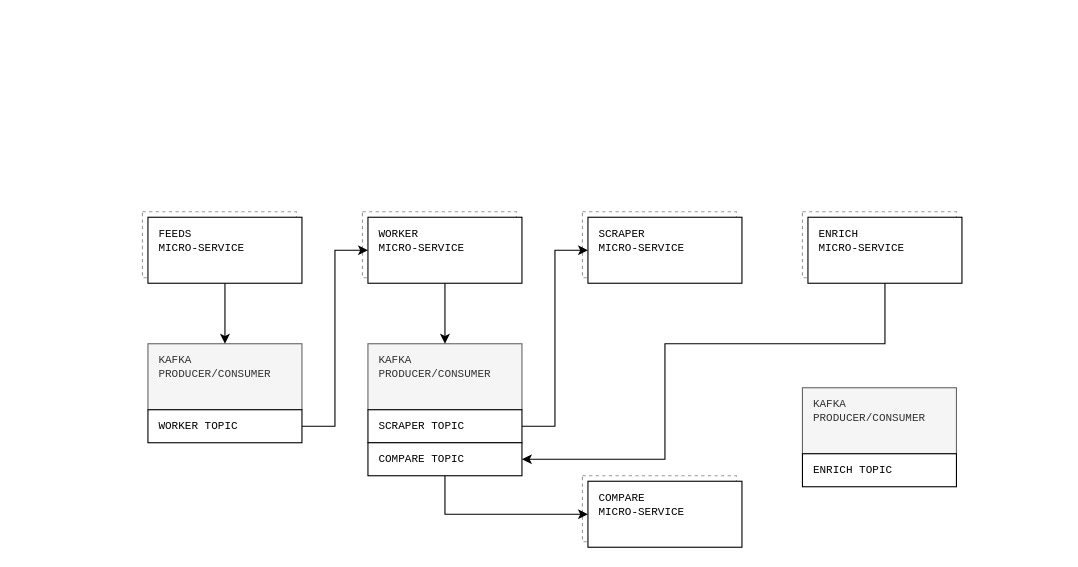
This is assets/Kafka Topics.drawio from cvcio/mediawatch, a draw.io file, before an edit. Source tidied: cells renumbered, new cells numbered last; positions are measured from the earlier drawing's top-left corner, leaving out a move shared by most shapes. Both pictures are drawn from the tidied source at 110%, with x=0, y=0 at pixel (142, 211).
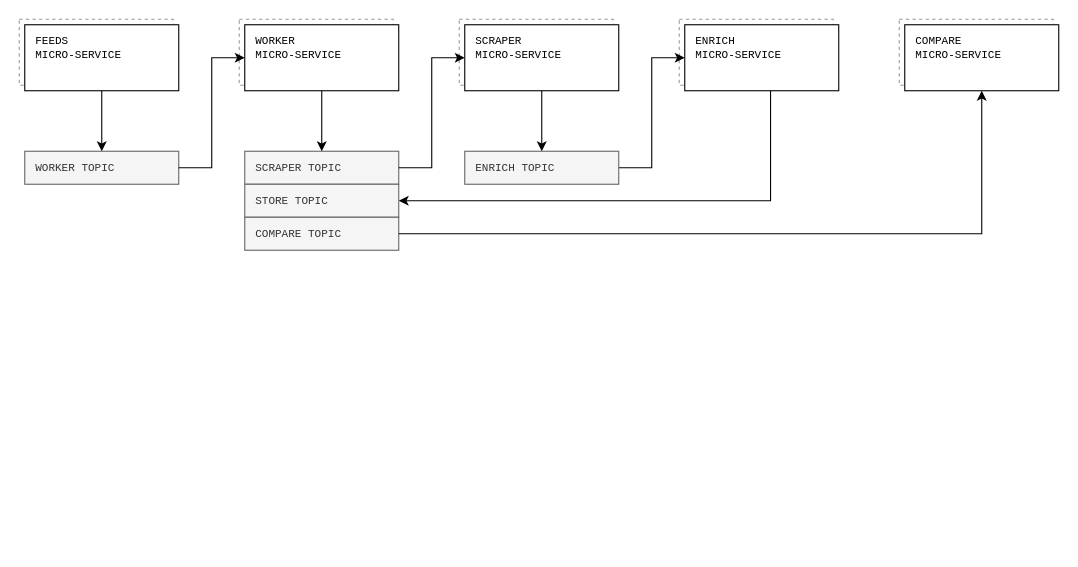
The same diagram, later.

Commit message (it also covers changes not shown here):
update kafka topics topo draw

Unchanged cells that the change refers to:
```xml
<mxCell id="4" value="&lt;font face=&quot;Courier New&quot; style=&quot;font-size: 10px;&quot;&gt;FEEDS&lt;br style=&quot;font-size: 10px;&quot;&gt;MICRO-SERVICE&lt;br style=&quot;font-size: 10px;&quot;&gt;&lt;/font&gt;" style="rounded=0;whiteSpace=wrap;html=1;labelPosition=center;verticalLabelPosition=middle;align=left;verticalAlign=top;horizontal=1;spacing=2;spacingTop=2;spacingLeft=8;fontSize=10;" parent="2" vertex="1">
  <mxGeometry x="5" y="5" width="140" height="60" as="geometry" />
</mxCell>
<mxCell id="9" value="&lt;font face=&quot;Courier New&quot; style=&quot;font-size: 10px;&quot;&gt;SCRAPER&lt;br style=&quot;font-size: 10px;&quot;&gt;MICRO-SERVICE&lt;br style=&quot;font-size: 10px;&quot;&gt;&lt;/font&gt;" style="rounded=0;whiteSpace=wrap;html=1;labelPosition=center;verticalLabelPosition=middle;align=left;verticalAlign=top;horizontal=1;spacing=2;spacingTop=2;spacingLeft=8;fontSize=10;" parent="7" vertex="1">
  <mxGeometry x="5" y="5" width="140" height="60" as="geometry" />
</mxCell>
<mxCell id="12" value="&lt;font face=&quot;Courier New&quot; style=&quot;font-size: 10px;&quot;&gt;ENRICH&lt;br style=&quot;font-size: 10px;&quot;&gt;MICRO-SERVICE&lt;br style=&quot;font-size: 10px;&quot;&gt;&lt;/font&gt;" style="rounded=0;whiteSpace=wrap;html=1;labelPosition=center;verticalLabelPosition=middle;align=left;verticalAlign=top;horizontal=1;spacing=2;spacingTop=2;spacingLeft=8;fontSize=10;" parent="10" vertex="1">
  <mxGeometry x="5" y="5" width="140" height="60" as="geometry" />
</mxCell>
<mxCell id="24" value="&lt;font face=&quot;Courier New&quot; style=&quot;font-size: 10px;&quot;&gt;WORKER&lt;br style=&quot;font-size: 10px;&quot;&gt;MICRO-SERVICE&lt;br style=&quot;font-size: 10px;&quot;&gt;&lt;/font&gt;" style="rounded=0;whiteSpace=wrap;html=1;labelPosition=center;verticalLabelPosition=middle;align=left;verticalAlign=top;horizontal=1;spacing=2;spacingTop=2;spacingLeft=8;fontSize=10;" parent="22" vertex="1">
  <mxGeometry x="5" y="5" width="140" height="60" as="geometry" />
</mxCell>
```

Change to the diagram source:
```diff
@@
+    <mxCell id="30" style="group;" parent="1" vertex="1">
+      <mxGeometry x="-112" y="-175" width="945" height="210" as="geometry" />
+    </mxCell>
-    <mxCell id="2" style="group;" parent="1" vertex="1">
+    <mxCell id="2" style="group;" parent="30" vertex="1">
       <mxGeometry width="145" height="65" as="geometry" />
     </mxCell>
@@
-    <mxCell id="5" value="&lt;font face=&quot;Courier New&quot; style=&quot;font-size: 10px;&quot;&gt;KAFKA&lt;br style=&quot;font-size: 10px;&quot;&gt;PRODUCER/CONSUMER&lt;br style=&quot;font-size: 10px;&quot;&gt;&lt;/font&gt;" style="rounded=0;whiteSpace=wrap;html=1;labelPosition=center;verticalLabelPosition=middle;align=left;verticalAlign=top;horizontal=1;spacing=2;spacingTop=2;spacingLeft=8;fontSize=10;fillColor=#f5f5f5;fontColor=#333333;strokeColor=#666666;" parent="1" vertex="1">
-      <mxGeometry x="205" y="120" width="140" height="60" as="geometry" />
-    </mxCell>
-    <mxCell id="6" value="&lt;font face=&quot;Courier New&quot; style=&quot;font-size: 10px;&quot;&gt;SCRAPER TOPIC&lt;br style=&quot;font-size: 10px;&quot;&gt;&lt;/font&gt;" style="rounded=0;whiteSpace=wrap;html=1;labelPosition=center;verticalLabelPosition=middle;align=left;verticalAlign=top;horizontal=1;spacing=2;spacingTop=2;spacingLeft=8;fontSize=10;" parent="1" vertex="1">
-      <mxGeometry x="205" y="180" width="140" height="30" as="geometry" />
+    <mxCell id="6" value="&lt;font face=&quot;Courier New&quot; style=&quot;font-size: 10px;&quot;&gt;SCRAPER TOPIC&lt;br style=&quot;font-size: 10px;&quot;&gt;&lt;/font&gt;" style="rounded=0;whiteSpace=wrap;html=1;labelPosition=center;verticalLabelPosition=middle;align=left;verticalAlign=top;horizontal=1;spacing=2;spacingTop=2;spacingLeft=8;fontSize=10;fillColor=#f5f5f5;fontColor=#333333;strokeColor=#666666;" parent="30" vertex="1">
+      <mxGeometry x="205" y="120" width="140" height="30" as="geometry" />
     </mxCell>
-    <mxCell id="7" style="group;" parent="1" vertex="1">
+    <mxCell id="7" style="group;" parent="30" vertex="1">
       <mxGeometry x="400" width="145" height="65" as="geometry" />
     </mxCell>
@@
-    <mxCell id="10" style="group;" parent="1" vertex="1">
+    <mxCell id="10" style="group;" parent="30" vertex="1">
       <mxGeometry x="600" width="145" height="65" as="geometry" />
     </mxCell>
@@
-    <mxCell id="13" style="group;" parent="1" vertex="1">
-      <mxGeometry x="400" y="240" width="145" height="65" as="geometry" />
-    </mxCell>
-    <mxCell id="14" style="rounded=0;whiteSpace=wrap;html=1;dashed=1;strokeColor=#999999;" parent="13" vertex="1">
-      <mxGeometry width="140" height="60" as="geometry" />
-    </mxCell>
-    <mxCell id="15" value="&lt;font face=&quot;Courier New&quot; style=&quot;font-size: 10px;&quot;&gt;COMPARE&lt;br style=&quot;font-size: 10px;&quot;&gt;MICRO-SERVICE&lt;br style=&quot;font-size: 10px;&quot;&gt;&lt;/font&gt;" style="rounded=0;whiteSpace=wrap;html=1;labelPosition=center;verticalLabelPosition=middle;align=left;verticalAlign=top;horizontal=1;spacing=2;spacingTop=2;spacingLeft=8;fontSize=10;" parent="13" vertex="1">
-      <mxGeometry x="5" y="5" width="140" height="60" as="geometry" />
-    </mxCell>
-    <mxCell id="16" value="&lt;font face=&quot;Courier New&quot; style=&quot;font-size: 10px;&quot;&gt;KAFKA&lt;br style=&quot;font-size: 10px;&quot;&gt;PRODUCER/CONSUMER&lt;br style=&quot;font-size: 10px;&quot;&gt;&lt;/font&gt;" style="rounded=0;whiteSpace=wrap;html=1;labelPosition=center;verticalLabelPosition=middle;align=left;verticalAlign=top;horizontal=1;spacing=2;spacingTop=2;spacingLeft=8;fontSize=10;fillColor=#f5f5f5;fontColor=#333333;strokeColor=#666666;" parent="1" vertex="1">
-      <mxGeometry x="5" y="120" width="140" height="60" as="geometry" />
-    </mxCell>
-    <mxCell id="17" value="&lt;font face=&quot;Courier New&quot; style=&quot;font-size: 10px;&quot;&gt;WORKER TOPIC&lt;br style=&quot;font-size: 10px;&quot;&gt;&lt;/font&gt;" style="rounded=0;whiteSpace=wrap;html=1;labelPosition=center;verticalLabelPosition=middle;align=left;verticalAlign=top;horizontal=1;spacing=2;spacingTop=2;spacingLeft=8;fontSize=10;" parent="1" vertex="1">
-      <mxGeometry x="5" y="180" width="140" height="30" as="geometry" />
+    <mxCell id="17" value="&lt;font face=&quot;Courier New&quot; style=&quot;font-size: 10px;&quot;&gt;WORKER TOPIC&lt;br style=&quot;font-size: 10px;&quot;&gt;&lt;/font&gt;" style="rounded=0;whiteSpace=wrap;html=1;labelPosition=center;verticalLabelPosition=middle;align=left;verticalAlign=top;horizontal=1;spacing=2;spacingTop=2;spacingLeft=8;fontSize=10;fillColor=#f5f5f5;fontColor=#333333;strokeColor=#666666;" parent="30" vertex="1">
+      <mxGeometry x="5" y="120" width="140" height="30" as="geometry" />
     </mxCell>
-    <mxCell id="18" value="&lt;font face=&quot;Courier New&quot; style=&quot;font-size: 10px;&quot;&gt;KAFKA&lt;br style=&quot;font-size: 10px;&quot;&gt;PRODUCER/CONSUMER&lt;br style=&quot;font-size: 10px;&quot;&gt;&lt;/font&gt;" style="rounded=0;whiteSpace=wrap;html=1;labelPosition=center;verticalLabelPosition=middle;align=left;verticalAlign=top;horizontal=1;spacing=2;spacingTop=2;spacingLeft=8;fontSize=10;fillColor=#f5f5f5;fontColor=#333333;strokeColor=#666666;" parent="1" vertex="1">
-      <mxGeometry x="600" y="160" width="140" height="60" as="geometry" />
-    </mxCell>
+    <mxCell id="31" style="edgeStyle=orthogonalEdgeStyle;rounded=0;jettySize=auto;html=1;entryX=0;entryY=0.5;entryDx=0;entryDy=0;" parent="30" edge="1" source="19" target="12">
+      <mxGeometry relative="1" as="geometry" />
+    </mxCell>
-    <mxCell id="19" value="&lt;font face=&quot;Courier New&quot; style=&quot;font-size: 10px;&quot;&gt;ENRICH TOPIC&lt;br style=&quot;font-size: 10px;&quot;&gt;&lt;/font&gt;" style="rounded=0;whiteSpace=wrap;html=1;labelPosition=center;verticalLabelPosition=middle;align=left;verticalAlign=top;horizontal=1;spacing=2;spacingTop=2;spacingLeft=8;fontSize=10;" parent="1" vertex="1">
-      <mxGeometry x="600" y="220" width="140" height="30" as="geometry" />
+    <mxCell id="19" value="&lt;font face=&quot;Courier New&quot; style=&quot;font-size: 10px;&quot;&gt;ENRICH TOPIC&lt;br style=&quot;font-size: 10px;&quot;&gt;&lt;/font&gt;" style="rounded=0;whiteSpace=wrap;html=1;labelPosition=center;verticalLabelPosition=middle;align=left;verticalAlign=top;horizontal=1;spacing=2;spacingTop=2;spacingLeft=8;fontSize=10;fillColor=#f5f5f5;fontColor=#333333;strokeColor=#666666;" parent="30" vertex="1">
+      <mxGeometry x="405" y="120" width="140" height="30" as="geometry" />
     </mxCell>
-    <mxCell id="20" style="edgeStyle=orthogonalEdgeStyle;rounded=0;jettySize=auto;html=1;entryX=0;entryY=0.5;entryDx=0;entryDy=0;startArrow=none;startFill=0;endArrow=classic;endFill=1;exitX=0.5;exitY=1;exitDx=0;exitDy=0;" parent="1" edge="1" source="21" target="15">
-      <mxGeometry relative="1" as="geometry" />
-    </mxCell>
-    <mxCell id="21" value="&lt;font face=&quot;Courier New&quot; style=&quot;font-size: 10px;&quot;&gt;COMPARE TOPIC&lt;br style=&quot;font-size: 10px;&quot;&gt;&lt;/font&gt;" style="rounded=0;whiteSpace=wrap;html=1;labelPosition=center;verticalLabelPosition=middle;align=left;verticalAlign=top;horizontal=1;spacing=2;spacingTop=2;spacingLeft=8;fontSize=10;" parent="1" vertex="1">
-      <mxGeometry x="205" y="210" width="140" height="30" as="geometry" />
+    <mxCell id="21" value="&lt;font face=&quot;Courier New&quot; style=&quot;font-size: 10px;&quot;&gt;STORE TOPIC&lt;br style=&quot;font-size: 10px;&quot;&gt;&lt;/font&gt;" style="rounded=0;whiteSpace=wrap;html=1;labelPosition=center;verticalLabelPosition=middle;align=left;verticalAlign=top;horizontal=1;spacing=2;spacingTop=2;spacingLeft=8;fontSize=10;fillColor=#f5f5f5;fontColor=#333333;strokeColor=#666666;" parent="30" vertex="1">
+      <mxGeometry x="205" y="150" width="140" height="30" as="geometry" />
     </mxCell>
-    <mxCell id="22" style="group;" parent="1" vertex="1">
+    <mxCell id="22" style="group;" parent="30" vertex="1">
       <mxGeometry x="200" width="145" height="65" as="geometry" />
     </mxCell>
@@
-    <mxCell id="25" style="edgeStyle=orthogonalEdgeStyle;rounded=0;jettySize=auto;html=1;entryX=0.5;entryY=0;entryDx=0;entryDy=0;startArrow=none;startFill=0;endArrow=classic;endFill=1;" parent="1" edge="1" source="4" target="16">
+    <mxCell id="25" style="edgeStyle=orthogonalEdgeStyle;rounded=0;jettySize=auto;html=1;entryX=0.5;entryY=0;entryDx=0;entryDy=0;startArrow=none;startFill=0;endArrow=classic;endFill=1;" parent="30" edge="1" source="4" target="17">
       <mxGeometry relative="1" as="geometry" />
     </mxCell>
-    <mxCell id="26" style="edgeStyle=orthogonalEdgeStyle;rounded=0;jettySize=auto;html=1;entryX=0.5;entryY=0;entryDx=0;entryDy=0;startArrow=none;startFill=0;endArrow=classic;endFill=1;" parent="1" edge="1" source="24" target="5">
+    <mxCell id="26" style="edgeStyle=orthogonalEdgeStyle;rounded=0;jettySize=auto;html=1;entryX=0.5;entryY=0;entryDx=0;entryDy=0;startArrow=none;startFill=0;endArrow=classic;endFill=1;" parent="30" edge="1" source="24" target="6">
       <mxGeometry relative="1" as="geometry" />
     </mxCell>
-    <mxCell id="27" style="edgeStyle=orthogonalEdgeStyle;rounded=0;jettySize=auto;html=1;entryX=1;entryY=0.5;entryDx=0;entryDy=0;startArrow=none;startFill=0;endArrow=classic;endFill=1;" parent="1" edge="1" source="12" target="21">
+    <mxCell id="27" style="edgeStyle=orthogonalEdgeStyle;rounded=0;jettySize=auto;html=1;entryX=1;entryY=0.5;entryDx=0;entryDy=0;startArrow=none;startFill=0;endArrow=classic;endFill=1;" parent="30" edge="1" source="12" target="21">
       <mxGeometry relative="1" as="geometry">
         <Array as="points">
-          <mxPoint x="675" y="120" />
-          <mxPoint x="475" y="120" />
-          <mxPoint x="475" y="225" />
+          <mxPoint x="683" y="165" />
         </Array>
       </mxGeometry>
     </mxCell>
-    <mxCell id="28" style="edgeStyle=orthogonalEdgeStyle;rounded=0;jettySize=auto;html=1;entryX=0;entryY=0.5;entryDx=0;entryDy=0;startArrow=none;startFill=0;endArrow=classic;endFill=1;exitX=1;exitY=0.5;exitDx=0;exitDy=0;" parent="1" edge="1" source="17" target="24">
+    <mxCell id="28" style="edgeStyle=orthogonalEdgeStyle;rounded=0;jettySize=auto;html=1;entryX=0;entryY=0.5;entryDx=0;entryDy=0;startArrow=none;startFill=0;endArrow=classic;endFill=1;exitX=1;exitY=0.5;exitDx=0;exitDy=0;" parent="30" edge="1" source="17" target="24">
       <mxGeometry relative="1" as="geometry" />
     </mxCell>
-    <mxCell id="29" style="edgeStyle=orthogonalEdgeStyle;rounded=0;jettySize=auto;html=1;entryX=0;entryY=0.5;entryDx=0;entryDy=0;startArrow=none;startFill=0;endArrow=classic;endFill=1;exitX=1;exitY=0.5;exitDx=0;exitDy=0;" parent="1" edge="1" source="6" target="9">
+    <mxCell id="29" style="edgeStyle=orthogonalEdgeStyle;rounded=0;jettySize=auto;html=1;entryX=0;entryY=0.5;entryDx=0;entryDy=0;startArrow=none;startFill=0;endArrow=classic;endFill=1;exitX=1;exitY=0.5;exitDx=0;exitDy=0;" parent="30" edge="1" source="6" target="9">
       <mxGeometry relative="1" as="geometry" />
     </mxCell>
+    <mxCell id="32" style="edgeStyle=orthogonalEdgeStyle;rounded=0;jettySize=auto;html=1;entryX=0.5;entryY=0;entryDx=0;entryDy=0;" parent="30" edge="1" source="9" target="19">
+      <mxGeometry relative="1" as="geometry" />
+    </mxCell>
+    <mxCell id="33" value="&lt;font face=&quot;Courier New&quot; style=&quot;font-size: 10px;&quot;&gt;COMPARE TOPIC&lt;br style=&quot;font-size: 10px;&quot;&gt;&lt;/font&gt;" style="rounded=0;whiteSpace=wrap;html=1;labelPosition=center;verticalLabelPosition=middle;align=left;verticalAlign=top;horizontal=1;spacing=2;spacingTop=2;spacingLeft=8;fontSize=10;fillColor=#f5f5f5;fontColor=#333333;strokeColor=#666666;" parent="30" vertex="1">
+      <mxGeometry x="205" y="180" width="140" height="30" as="geometry" />
+    </mxCell>
+    <mxCell id="34" style="group;" parent="30" vertex="1">
+      <mxGeometry x="800" width="145" height="65" as="geometry" />
+    </mxCell>
+    <mxCell id="14" style="rounded=0;whiteSpace=wrap;html=1;dashed=1;strokeColor=#999999;" parent="34" vertex="1">
+      <mxGeometry width="140" height="60" as="geometry" />
+    </mxCell>
+    <mxCell id="15" value="&lt;font face=&quot;Courier New&quot; style=&quot;font-size: 10px;&quot;&gt;COMPARE&lt;br&gt;MICRO-SERVICE&lt;br style=&quot;font-size: 10px;&quot;&gt;&lt;/font&gt;" style="rounded=0;whiteSpace=wrap;html=1;labelPosition=center;verticalLabelPosition=middle;align=left;verticalAlign=top;horizontal=1;spacing=2;spacingTop=2;spacingLeft=8;fontSize=10;" parent="34" vertex="1">
+      <mxGeometry x="5" y="5" width="140" height="60" as="geometry" />
+    </mxCell>
+    <mxCell id="35" style="edgeStyle=orthogonalEdgeStyle;rounded=0;jettySize=auto;html=1;entryX=1;entryY=0.5;entryDx=0;entryDy=0;startArrow=classic;startFill=1;endArrow=none;endFill=0;" parent="30" edge="1" source="15" target="33">
+      <mxGeometry relative="1" as="geometry">
+        <Array as="points">
+          <mxPoint x="875" y="195" />
+        </Array>
+      </mxGeometry>
+    </mxCell>
```
